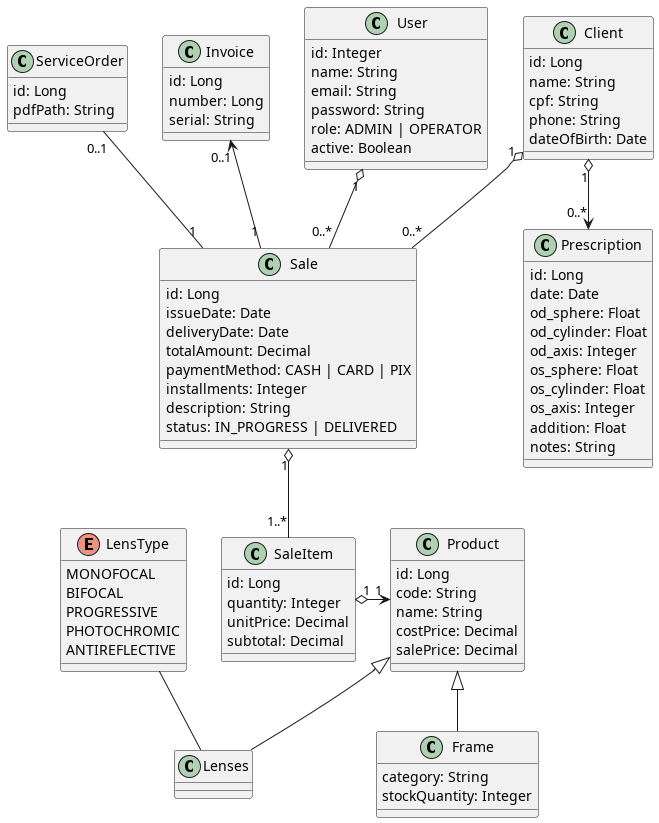
Earlier version of the PlantUML export out/docs/model/model.png (Andre-Franco1/optica-manager-conception).
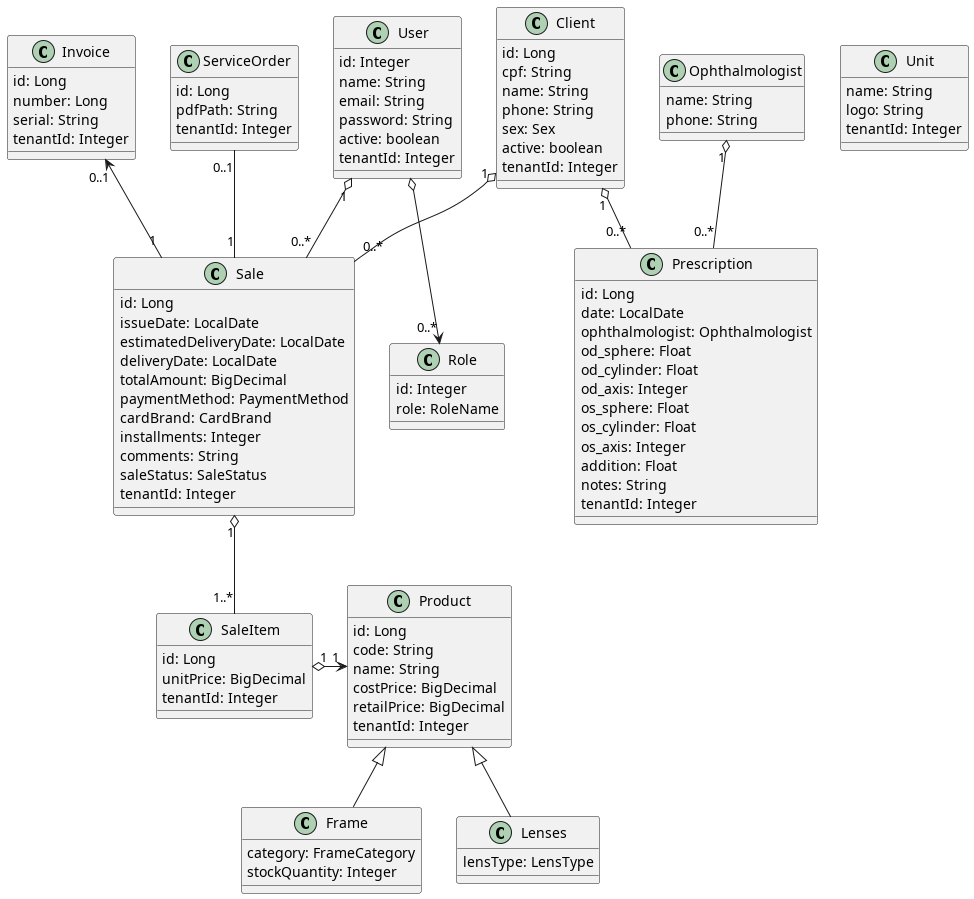
After the change.

Commit message:
doc: updates in model and endpoints diagrams

The edit, as a diff of the source:
```diff
@@ -2,10 +2,12 @@
 
 class Client {
     id: Long
+    cpf: String
     name: String
-    cpf: String
     phone: String
-    dateOfBirth: Date
+    sex: Sex
+    active: boolean
+    tenantId: Integer
 }
 
 class User {
@@ -13,67 +15,70 @@
     name: String
     email: String
     password: String
-    role: ADMIN | OPERATOR
-    active: Boolean
+    active: boolean
+    tenantId: Integer
+}
+
+class Role {
+    id: Integer
+    role: RoleName
 }
 
 class Product {
     id: Long
     code: String
     name: String
-    costPrice: Decimal
-    salePrice: Decimal
-
+    costPrice: BigDecimal
+    retailPrice: BigDecimal
+    tenantId: Integer
 }
 
 class Frame {
-    category: String
+    category: FrameCategory
     stockQuantity: Integer
 }
 
 class Lenses {
-}
-
-enum LensType {
-    MONOFOCAL
-    BIFOCAL
-    PROGRESSIVE
-    PHOTOCHROMIC
-    ANTIREFLECTIVE
+    lensType: LensType
 }
 
 class Sale {
     id: Long
-    issueDate: Date
-    deliveryDate: Date
-    totalAmount: Decimal
-    paymentMethod: CASH | CARD | PIX
+    issueDate: LocalDate
+    estimatedDeliveryDate: LocalDate
+    deliveryDate: LocalDate
+    totalAmount: BigDecimal
+    paymentMethod: PaymentMethod
+    cardBrand: CardBrand
     installments: Integer
-    description: String
-    status: IN_PROGRESS | DELIVERED
+    comments: String
+    saleStatus: SaleStatus
+    tenantId: Integer
 }
 
 class SaleItem {
     id: Long
-    quantity: Integer
-    unitPrice: Decimal
-    subtotal: Decimal
+    unitPrice: BigDecimal
+    tenantId: Integer
 }
 
 class Invoice {
     id: Long
     number: Long
     serial: String
+    tenantId: Integer
 }
 
 class ServiceOrder {
     id: Long
     pdfPath: String
+    tenantId: Integer
 }
 
 class Prescription {
     id: Long
-    date: Date
+    date: LocalDate
+    ophthalmologist: Ophthalmologist
     od_sphere: Float
     od_cylinder: Float
     od_axis: Integer
@@ -82,6 +87,18 @@
     os_axis: Integer
     addition: Float
     notes: String
+    tenantId: Integer
+}
+
+class Ophthalmologist {
+    name: String
+    phone: String
+}
+
+class Unit {
+    name: String
+    logo: String
+    tenantId: Integer
 }
 
 Client      "1"          o--      "0..*"    Sale
@@ -90,9 +107,10 @@
 Sale        "1"          -u->     "0..1"    Invoice
 Sale        "1"          -u-      "0..1"    ServiceOrder
 User        "1"          o--      "0..*"    Sale
-Client      "1"          o-->     "0..*"    Prescription
-Lenses                   -u-                LensType
+Client      "1"          o--     "0..*"     Prescription
 Product                  <|--               Frame
 Product                  <|--               Lenses
+User                  o-->   "0..*"  Role
+Ophthalmologist  "1"     o--     "0..*"    Prescription
 
 @enduml
```
